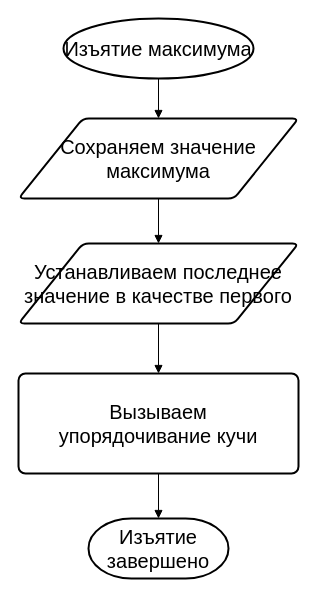
This is page "Изьятие максимума, алгоритм" (8 of 15) of Лекции/2023/8/Кучм.drawio from MUCTR-IKT-CPP/algorithms-2cpp, a draw.io file, before an edit. Source tidied: cells renumbered, new cells numbered last; positions are measured from the earlier drawing's top-left corner, leaving out a move shared by most shapes. Both pictures are drawn from the tidied source at 100%, with x=0, y=0 at pixel (18, 18).
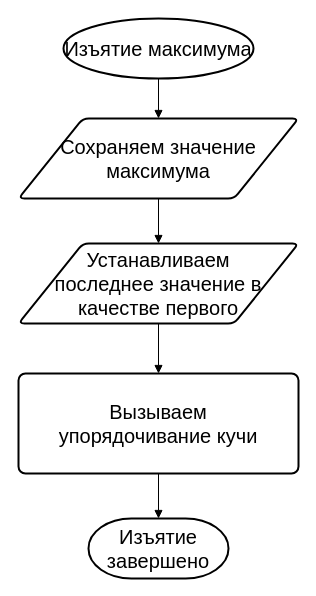
The same page after the edit.

The edit, as a diff of the source:
```diff
@@
 <mxGraphModel>
   <root>
     <mxCell id="0" />
     <mxCell id="1" parent="0" />
     <mxCell id="2" style="edgeStyle=orthogonalEdgeStyle;rounded=0;jettySize=auto;html=1;fontSize=20;startArrow=none;startFill=0;endArrow=block;endFill=1;" parent="1" edge="1" source="3" target="8">
       <mxGeometry relative="1" as="geometry" />
     </mxCell>
     <mxCell id="3" value="Изъятие максимума" style="strokeWidth=2;html=1;shape=mxgraph.flowchart.start_1;whiteSpace=wrap;fontSize=20;" parent="1" vertex="1">
       <mxGeometry x="45" width="190" height="60" as="geometry" />
     </mxCell>
     <mxCell id="4" style="edgeStyle=orthogonalEdgeStyle;rounded=0;jettySize=auto;html=1;fontSize=20;startArrow=none;startFill=0;endArrow=block;endFill=1;" parent="1" edge="1" source="5" target="10">
       <mxGeometry relative="1" as="geometry" />
     </mxCell>
-    <mxCell id="5" value="Устанавливаем последнее значение в качестве первого" style="shape=parallelogram;html=1;strokeWidth=2;perimeter=parallelogramPerimeter;whiteSpace=wrap;rounded=1;arcSize=12;size=0.23;fontSize=20;" parent="1" vertex="1">
+    <mxCell id="5" value="Устанавливаем &lt;br&gt;последнее значение в качестве первого" style="shape=parallelogram;html=1;strokeWidth=2;perimeter=parallelogramPerimeter;whiteSpace=wrap;rounded=1;arcSize=12;size=0.23;fontSize=20;" parent="1" vertex="1">
       <mxGeometry y="225" width="280" height="80" as="geometry" />
     </mxCell>
     <mxCell id="6" value="Изъятие завершено" style="strokeWidth=2;html=1;shape=mxgraph.flowchart.terminator;whiteSpace=wrap;fontSize=20;" parent="1" vertex="1">
       <mxGeometry x="70" y="500" width="140" height="60" as="geometry" />
     </mxCell>
     <mxCell id="7" style="edgeStyle=orthogonalEdgeStyle;rounded=0;jettySize=auto;html=1;fontSize=20;startArrow=none;startFill=0;endArrow=block;endFill=1;" parent="1" edge="1" source="8" target="5">
       <mxGeometry relative="1" as="geometry" />
     </mxCell>
     <mxCell id="8" value="Сохраняем значение максимума" style="shape=parallelogram;html=1;strokeWidth=2;perimeter=parallelogramPerimeter;whiteSpace=wrap;rounded=1;arcSize=12;size=0.23;fontSize=20;" parent="1" vertex="1">
       <mxGeometry y="100" width="280" height="80" as="geometry" />
     </mxCell>
     <mxCell id="9" style="edgeStyle=orthogonalEdgeStyle;rounded=0;jettySize=auto;html=1;fontSize=20;startArrow=none;startFill=0;endArrow=block;endFill=1;" parent="1" edge="1" source="10" target="6">
       <mxGeometry relative="1" as="geometry" />
     </mxCell>
     <mxCell id="10" value="Вызываем &lt;br&gt;упорядочивание кучи" style="rounded=1;whiteSpace=wrap;html=1;absoluteArcSize=1;arcSize=14;strokeWidth=2;fontSize=20;" parent="1" vertex="1">
       <mxGeometry y="355" width="280" height="100" as="geometry" />
     </mxCell>
   </root>
 </mxGraphModel>
```
